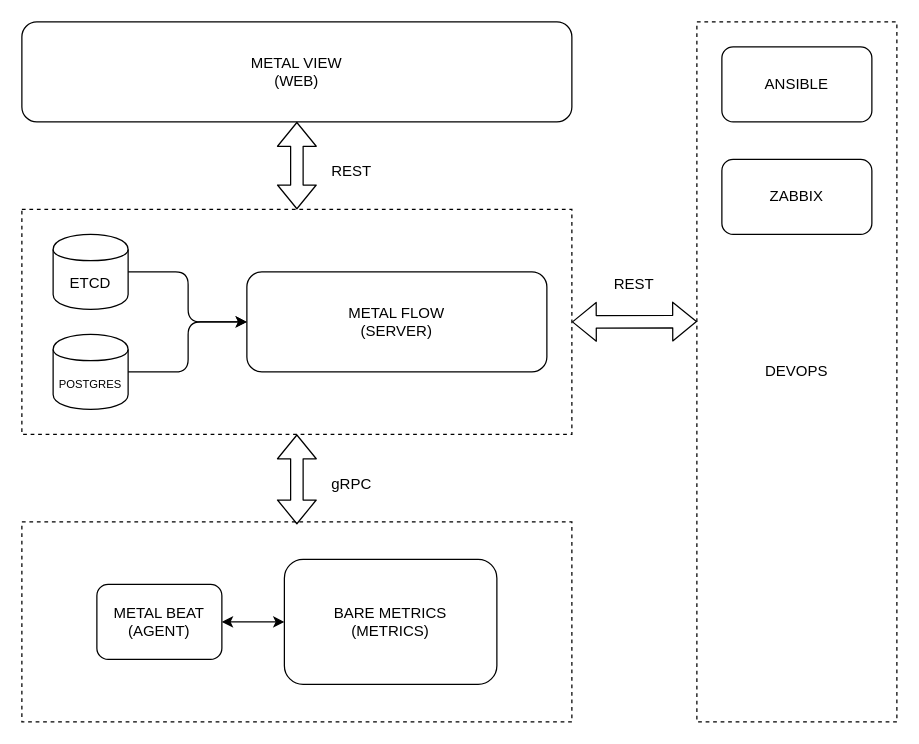
craftslab/metalmetrics keeps this draw.io diagram as design.drawio. Above is the earlier version. Source tidied: cells renumbered, new cells numbered last; positions are measured from the earlier drawing's top-left corner, leaving out a move shared by most shapes. Both pictures are drawn from the tidied source at 125%, with x=0, y=0 at pixel (21, 21).
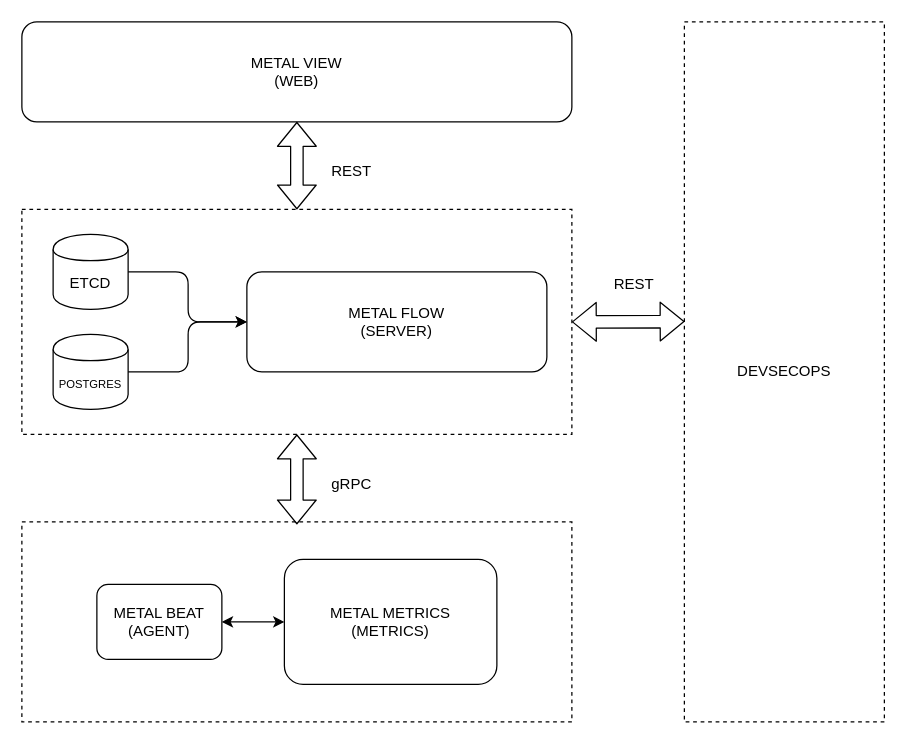
After the change.

The edit, as a diff of the source:
```diff
@@
-    <mxCell id="6" value="BARE METRICS&lt;br&gt;(METRICS)" style="rounded=1;whiteSpace=wrap;html=1;" parent="1" vertex="1">
+    <mxCell id="6" value="METAL METRICS&lt;br&gt;(METRICS)" style="rounded=1;whiteSpace=wrap;html=1;" parent="1" vertex="1">
       <mxGeometry x="210" y="430" width="170" height="100" as="geometry" />
     </mxCell>
@@
-    <mxCell id="15" value="DEVOPS" style="rounded=0;whiteSpace=wrap;html=1;dashed=1;" parent="1" vertex="1">
-      <mxGeometry x="540" width="160" height="560" as="geometry" />
+    <mxCell id="15" value="DEVSECOPS" style="rounded=0;whiteSpace=wrap;html=1;dashed=1;" parent="1" vertex="1">
+      <mxGeometry x="530" width="160" height="560" as="geometry" />
     </mxCell>
@@
-    <mxCell id="20" value="ANSIBLE" style="rounded=1;whiteSpace=wrap;html=1;" parent="1" vertex="1">
-      <mxGeometry x="560" y="20" width="120" height="60" as="geometry" />
-    </mxCell>
-    <mxCell id="21" value="ZABBIX" style="rounded=1;whiteSpace=wrap;html=1;" parent="1" vertex="1">
-      <mxGeometry x="560" y="110" width="120" height="60" as="geometry" />
-    </mxCell>
```
